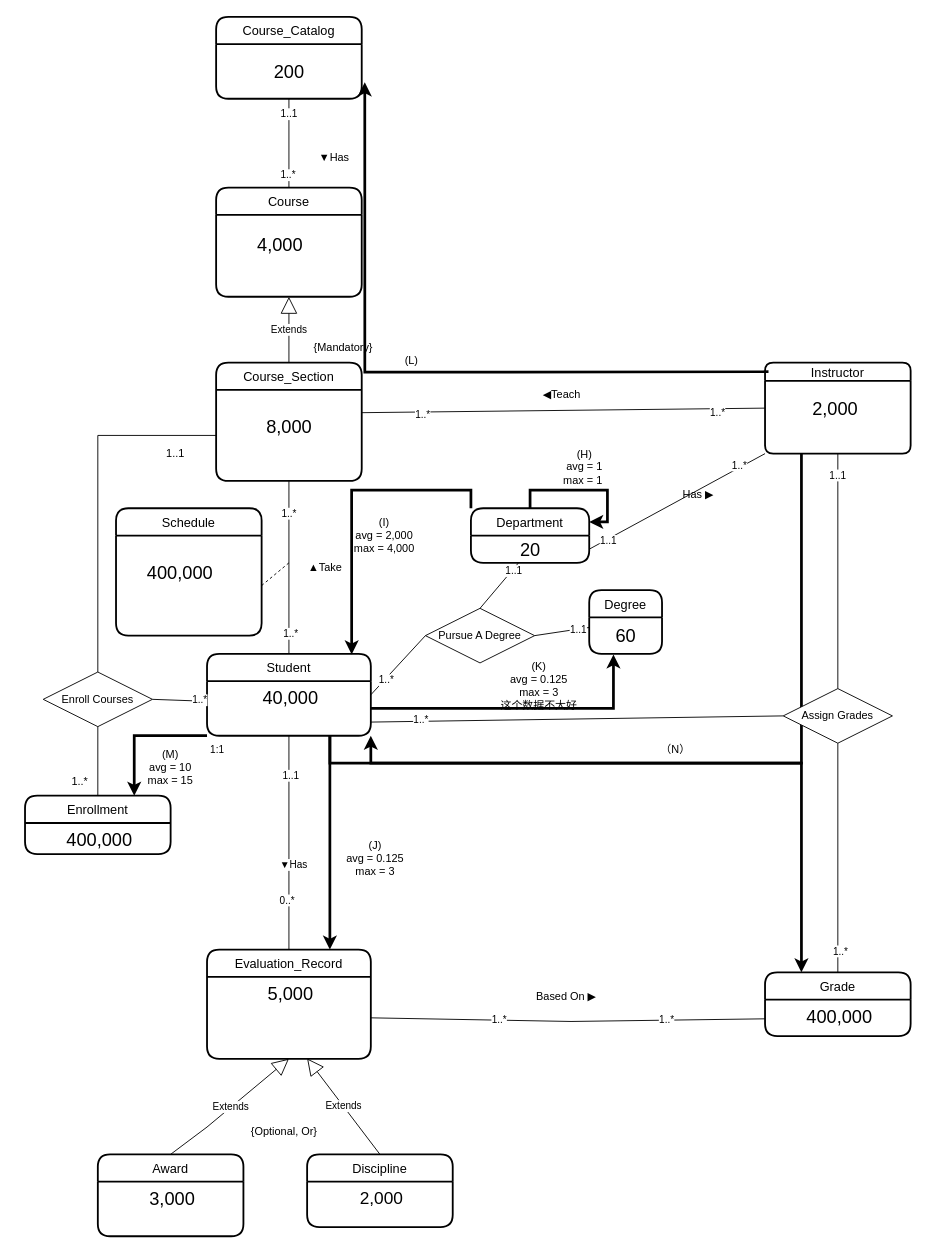
This is page "第 5 页" (5 of 6) of 未命名绘图2.drawio from bincute/iAmReadingBook, a draw.io file, before an edit. Source tidied: cells renumbered, new cells numbered last; positions are measured from the earlier drawing's top-left corner, leaving out a move shared by most shapes. Both pictures are drawn from the tidied source at 91%, with x=0, y=0 at pixel (25, 16).
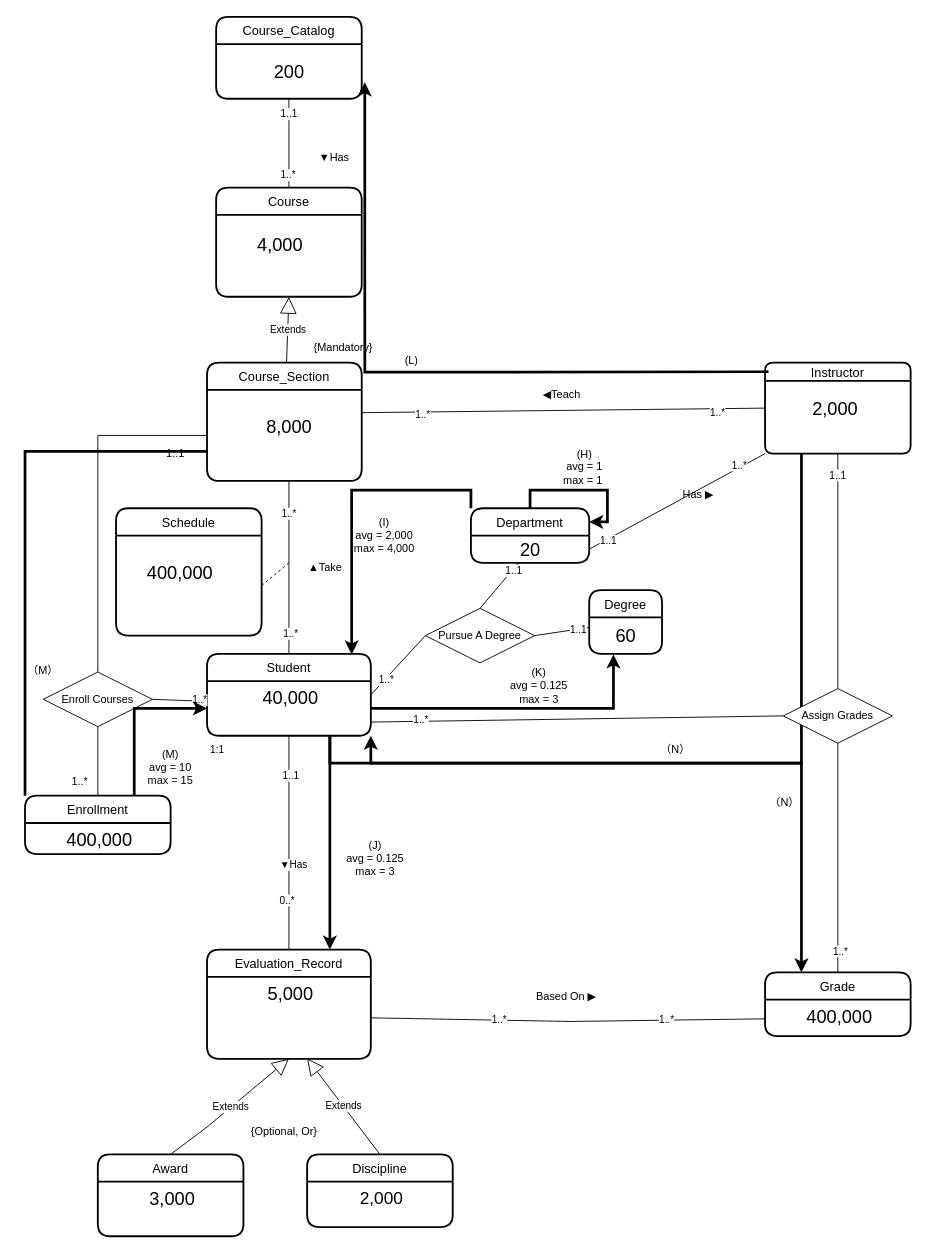
After the change.

Unchanged cells that the change refers to:
```xml
<mxCell id="4" value="40,000" style="align=center;strokeColor=none;fillColor=none;spacingLeft=4;fontSize=20;verticalAlign=top;" parent="3" vertex="1">
  <mxGeometry y="30" width="180" height="60" as="geometry" />
</mxCell>
<mxCell id="27" value="Enroll Courses" style="shape=rhombus;perimeter=rhombusPerimeter;whiteSpace=wrap;html=1;align=center;" parent="1" vertex="1">
  <mxGeometry x="20" y="720" width="120" height="60" as="geometry" />
</mxCell>
<mxCell id="53" value="Enrollment" style="swimlane;horizontal=1;startSize=30;rounded=1;fontSize=14;fontStyle=0;strokeWidth=2;shadow=0;dashed=0;align=center;" parent="1" vertex="1">
  <mxGeometry y="855.9" width="160" height="64.1" as="geometry" />
</mxCell>
```

Diff of the diagram source:
```diff
@@
-    <mxCell id="26" style="edgeStyle=none;rounded=0;jettySize=auto;html=1;entryX=0;entryY=0.5;entryDx=0;entryDy=0;endArrow=none;endFill=0;" parent="1" edge="1" source="27">
+    <mxCell id="26" style="edgeStyle=none;rounded=0;jettySize=auto;html=1;endArrow=none;endFill=0;" parent="1" edge="1" source="27">
       <mxGeometry relative="1" as="geometry">
-        <mxPoint x="210" y="460" as="targetPoint" />
+        <mxPoint x="200" y="460" as="targetPoint" />
         <Array as="points">
           <mxPoint x="80" y="460" />
         </Array>
       </mxGeometry>
     </mxCell>
@@
+    <mxCell id="95" style="edgeStyle=orthogonalEdgeStyle;rounded=0;jettySize=auto;html=1;entryX=0;entryY=0;entryDx=0;entryDy=0;strokeWidth=3;fontSize=20;endArrow=none;endFill=0;elbow=vertical;exitX=0;exitY=0.75;exitDx=0;exitDy=0;" parent="1" edge="1" source="45" target="53">
+      <mxGeometry relative="1" as="geometry" />
+    </mxCell>
     <mxCell id="45" value="Course_Section" style="swimlane;horizontal=1;startSize=30;rounded=1;fontSize=14;fontStyle=0;strokeWidth=2;shadow=0;dashed=0;align=center;" parent="1" vertex="1">
-      <mxGeometry x="210" y="380" width="160" height="130" as="geometry" />
+      <mxGeometry x="200" y="380" width="170" height="130" as="geometry" />
     </mxCell>
@@
-    <mxCell id="88" value="(K)&lt;br&gt;avg = 0.125&lt;br&gt;max = 3&lt;br&gt;这个数据不大好" style="text;html=1;strokeColor=none;fillColor=none;align=center;verticalAlign=middle;whiteSpace=wrap;rounded=0;" parent="1" vertex="1">
+    <mxCell id="88" value="(K)&lt;br&gt;avg = 0.125&lt;br&gt;max = 3&lt;br&gt;" style="text;html=1;strokeColor=none;fillColor=none;align=center;verticalAlign=middle;whiteSpace=wrap;rounded=0;" parent="1" vertex="1">
       <mxGeometry x="510" y="710" width="110" height="50" as="geometry" />
     </mxCell>
-    <mxCell id="89" style="edgeStyle=orthogonalEdgeStyle;rounded=0;jettySize=auto;html=1;exitX=0;exitY=1;exitDx=0;exitDy=0;entryX=0.75;entryY=0;entryDx=0;entryDy=0;strokeWidth=3;" parent="1" edge="1" source="4" target="53">
-      <mxGeometry relative="1" as="geometry">
-        <Array as="points">
-          <mxPoint x="120" y="790" />
-        </Array>
-      </mxGeometry>
-    </mxCell>
@@
+    <mxCell id="96" value="&lt;font style=&quot;font-size: 12px;&quot;&gt;（M）&lt;/font&gt;" style="text;html=1;strokeColor=none;fillColor=none;align=center;verticalAlign=middle;whiteSpace=wrap;rounded=0;fontSize=20;" parent="1" vertex="1">
+      <mxGeometry x="-10" y="700" width="60" height="30" as="geometry" />
+    </mxCell>
+    <mxCell id="89" style="edgeStyle=orthogonalEdgeStyle;rounded=0;jettySize=auto;html=1;strokeWidth=3;" parent="1" edge="1" source="53" target="4">
+      <mxGeometry relative="1" as="geometry">
+        <Array as="points">
+          <mxPoint x="120" y="760" />
+        </Array>
+      </mxGeometry>
+    </mxCell>
+    <mxCell id="97" value="（N）" style="text;html=1;strokeColor=none;fillColor=none;align=center;verticalAlign=middle;whiteSpace=wrap;rounded=0;" parent="1" vertex="1">
+      <mxGeometry x="780" y="849" width="110" height="30" as="geometry" />
+    </mxCell>
```
